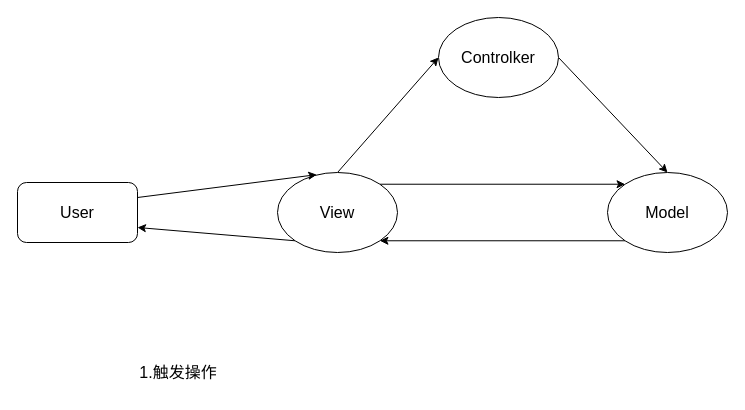
The draw.io diagram 软考.drawio in xiaodongYao/DrawIO, before the edit. Source tidied: cells renumbered, new cells numbered last; positions are measured from the earlier drawing's top-left corner, leaving out a move shared by most shapes. Both pictures are drawn from the tidied source at 100%, with x=0, y=0 at pixel (17, 17).
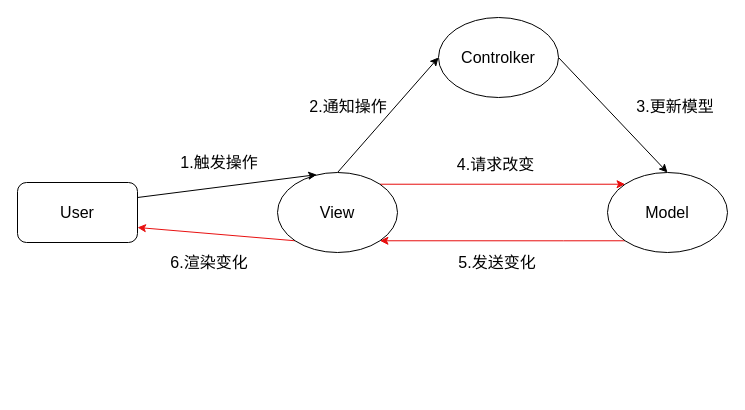
After the change.

The edit, as a diff of the source:
```diff
@@
 <mxGraphModel>
   <root>
     <mxCell id="0" />
     <mxCell id="1" parent="0" />
-    <mxCell id="2" style="rounded=0;jettySize=auto;html=1;exitX=0;exitY=1;exitDx=0;exitDy=0;entryX=1;entryY=0.75;entryDx=0;entryDy=0;fontSize=16;" parent="1" edge="1" source="5" target="11">
+    <mxCell id="2" style="rounded=0;jettySize=auto;html=1;exitX=0;exitY=1;exitDx=0;exitDy=0;entryX=1;entryY=0.75;entryDx=0;entryDy=0;fontSize=16;strokeColor=#e81111;" parent="1" edge="1" source="5" target="11">
       <mxGeometry relative="1" as="geometry" />
     </mxCell>
     <mxCell id="3" style="rounded=0;jettySize=auto;html=1;exitX=0.5;exitY=0;exitDx=0;exitDy=0;entryX=0;entryY=0.5;entryDx=0;entryDy=0;fontSize=16;" parent="1" edge="1" source="5" target="7">
       <mxGeometry relative="1" as="geometry" />
     </mxCell>
-    <mxCell id="4" style="edgeStyle=orthogonalEdgeStyle;rounded=0;jettySize=auto;html=1;exitX=1;exitY=0;exitDx=0;exitDy=0;entryX=0;entryY=0;entryDx=0;entryDy=0;fontSize=16;" parent="1" edge="1" source="5" target="9">
+    <mxCell id="4" style="edgeStyle=orthogonalEdgeStyle;rounded=0;jettySize=auto;html=1;exitX=1;exitY=0;exitDx=0;exitDy=0;entryX=0;entryY=0;entryDx=0;entryDy=0;fontSize=16;strokeColor=#e70d0d;" parent="1" edge="1" source="5" target="9">
       <mxGeometry relative="1" as="geometry" />
     </mxCell>
     <mxCell id="5" value="View" style="ellipse;whiteSpace=wrap;html=1;fontSize=16;" parent="1" vertex="1">
       <mxGeometry x="260" y="155" width="120" height="80" as="geometry" />
     </mxCell>
     <mxCell id="6" style="rounded=0;jettySize=auto;html=1;exitX=1;exitY=0.5;exitDx=0;exitDy=0;entryX=0.5;entryY=0;entryDx=0;entryDy=0;fontSize=16;" parent="1" edge="1" source="7" target="9">
       <mxGeometry relative="1" as="geometry" />
     </mxCell>
     <mxCell id="7" value="Controlker" style="ellipse;whiteSpace=wrap;html=1;fontSize=16;" parent="1" vertex="1">
       <mxGeometry x="421" width="120" height="80" as="geometry" />
     </mxCell>
-    <mxCell id="8" style="edgeStyle=orthogonalEdgeStyle;rounded=0;jettySize=auto;html=1;exitX=0;exitY=1;exitDx=0;exitDy=0;entryX=1;entryY=1;entryDx=0;entryDy=0;fontSize=16;" parent="1" edge="1" source="9" target="5">
-      <mxGeometry relative="1" as="geometry" />
+    <mxCell id="8" style="edgeStyle=orthogonalEdgeStyle;rounded=0;jettySize=auto;html=1;exitX=0;exitY=1;exitDx=0;exitDy=0;entryX=1;entryY=1;entryDx=0;entryDy=0;fontSize=16;strokeColor=#E70D0D;" parent="1" edge="1" source="9" target="5">
+      <mxGeometry relative="1" as="geometry">
+        <Array as="points">
+          <mxPoint x="546" y="223" />
+          <mxPoint x="546" y="223" />
+        </Array>
+      </mxGeometry>
     </mxCell>
     <mxCell id="9" value="Model" style="ellipse;whiteSpace=wrap;html=1;fontSize=16;" parent="1" vertex="1">
       <mxGeometry x="590" y="155" width="120" height="80" as="geometry" />
     </mxCell>
     <mxCell id="10" style="rounded=0;jettySize=auto;html=1;exitX=1;exitY=0.25;exitDx=0;exitDy=0;entryX=0.327;entryY=0.027;entryDx=0;entryDy=0;entryPerimeter=0;fontSize=16;" parent="1" edge="1" source="11" target="5">
       <mxGeometry relative="1" as="geometry" />
     </mxCell>
     <mxCell id="11" value="User" style="rounded=1;whiteSpace=wrap;html=1;fontSize=16;" parent="1" vertex="1">
       <mxGeometry y="165" width="120" height="60" as="geometry" />
     </mxCell>
-    <mxCell id="12" value="1.触发操作" style="text;html=1;strokeColor=none;fillColor=none;align=center;verticalAlign=middle;whiteSpace=wrap;rounded=0;fontSize=16;" parent="1" vertex="1">
-      <mxGeometry x="114" y="335" width="94" height="40" as="geometry" />
+    <mxCell id="12" value="6.渲染变化" style="text;html=1;strokeColor=none;fillColor=none;align=center;verticalAlign=middle;whiteSpace=wrap;rounded=0;fontSize=16;" parent="1" vertex="1">
+      <mxGeometry x="145" y="225" width="94" height="40" as="geometry" />
     </mxCell>
+    <mxCell id="13" value="5.发送变化" style="text;html=1;strokeColor=none;fillColor=none;align=center;verticalAlign=middle;whiteSpace=wrap;rounded=0;fontSize=16;" parent="1" vertex="1">
+      <mxGeometry x="433" y="225" width="94" height="40" as="geometry" />
+    </mxCell>
+    <mxCell id="14" value="4.请求改变" style="text;html=1;strokeColor=none;fillColor=none;align=center;verticalAlign=middle;whiteSpace=wrap;rounded=0;fontSize=16;" parent="1" vertex="1">
+      <mxGeometry x="430" y="127" width="97" height="40" as="geometry" />
+    </mxCell>
+    <mxCell id="15" value="2.通知操作" style="text;html=1;strokeColor=none;fillColor=none;align=center;verticalAlign=middle;whiteSpace=wrap;rounded=0;fontSize=16;" parent="1" vertex="1">
+      <mxGeometry x="284" y="69" width="94" height="40" as="geometry" />
+    </mxCell>
+    <mxCell id="16" value="3.更新模型" style="text;html=1;strokeColor=none;fillColor=none;align=center;verticalAlign=middle;whiteSpace=wrap;rounded=0;fontSize=16;" parent="1" vertex="1">
+      <mxGeometry x="611" y="69" width="94" height="40" as="geometry" />
+    </mxCell>
+    <mxCell id="17" value="1.触发操作" style="text;html=1;strokeColor=none;fillColor=none;align=center;verticalAlign=middle;whiteSpace=wrap;rounded=0;fontSize=16;" parent="1" vertex="1">
+      <mxGeometry x="155" y="125" width="94" height="40" as="geometry" />
+    </mxCell>
   </root>
 </mxGraphModel>
```
